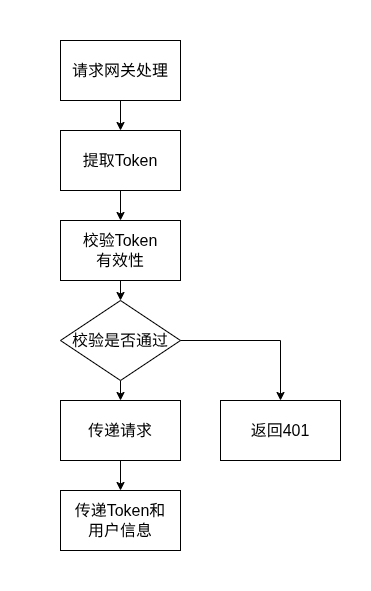
hongch666/mix-web-demo keeps this draw.io diagram as static/pic/flowchart/gateway.drawio.png. Above is the earlier version. Source tidied: cells renumbered, new cells last; positions are measured from the earlier drawing's top-left corner, leaving out a move shared by most shapes. Its diagram source:
```xml
<mxGraphModel background="#ffffff">
  <root>
    <mxCell id="0" />
    <mxCell id="1" parent="0" />
    <mxCell id="2" style="edgeStyle=none;html=1;exitX=0.5;exitY=1;exitDx=0;exitDy=0;entryX=0.5;entryY=0;entryDx=0;entryDy=0;fontSize=16;" parent="1" edge="1" source="3" target="5">
      <mxGeometry relative="1" as="geometry" />
    </mxCell>
    <mxCell id="3" value="请求网关处理" style="rounded=0;whiteSpace=wrap;html=1;fontSize=16;" parent="1" vertex="1">
      <mxGeometry x="60" y="40" width="120" height="60" as="geometry" />
    </mxCell>
    <mxCell id="4" style="edgeStyle=none;html=1;exitX=0.5;exitY=1;exitDx=0;exitDy=0;entryX=0.5;entryY=0;entryDx=0;entryDy=0;fontSize=16;" parent="1" edge="1" source="5" target="7">
      <mxGeometry relative="1" as="geometry" />
    </mxCell>
    <mxCell id="5" value="提取Token" style="rounded=0;whiteSpace=wrap;html=1;fontSize=16;" parent="1" vertex="1">
      <mxGeometry x="60" y="130" width="120" height="60" as="geometry" />
    </mxCell>
    <mxCell id="6" style="edgeStyle=none;html=1;exitX=0.5;exitY=1;exitDx=0;exitDy=0;entryX=0.5;entryY=0;entryDx=0;entryDy=0;fontSize=16;" parent="1" edge="1" source="7" target="9">
      <mxGeometry relative="1" as="geometry" />
    </mxCell>
    <mxCell id="7" value="校验Token&lt;br&gt;有效性" style="rounded=0;whiteSpace=wrap;html=1;fontSize=16;" parent="1" vertex="1">
      <mxGeometry x="60" y="220" width="120" height="60" as="geometry" />
    </mxCell>
    <mxCell id="8" style="edgeStyle=none;html=1;exitX=0.5;exitY=1;exitDx=0;exitDy=0;entryX=0.5;entryY=0;entryDx=0;entryDy=0;fontSize=16;" parent="1" edge="1" source="9" target="11">
      <mxGeometry relative="1" as="geometry" />
    </mxCell>
    <mxCell id="9" value="校验是否通过" style="rhombus;whiteSpace=wrap;html=1;fontSize=16;" parent="1" vertex="1">
      <mxGeometry x="60" y="300" width="120" height="80" as="geometry" />
    </mxCell>
    <mxCell id="10" style="edgeStyle=none;html=1;exitX=0.5;exitY=1;exitDx=0;exitDy=0;entryX=0.5;entryY=0;entryDx=0;entryDy=0;fontSize=16;" parent="1" edge="1" source="11" target="12">
      <mxGeometry relative="1" as="geometry" />
    </mxCell>
    <mxCell id="11" value="传递请求" style="rounded=0;whiteSpace=wrap;html=1;fontSize=16;" parent="1" vertex="1">
      <mxGeometry x="60" y="400" width="120" height="60" as="geometry" />
    </mxCell>
    <mxCell id="12" value="传递Token和&lt;br&gt;用户信息" style="rounded=0;whiteSpace=wrap;html=1;fontSize=16;" parent="1" vertex="1">
      <mxGeometry x="60" y="490" width="120" height="60" as="geometry" />
    </mxCell>
    <mxCell id="13" value="返回401" style="rounded=0;whiteSpace=wrap;html=1;fontSize=16;" parent="1" vertex="1">
      <mxGeometry x="220" y="400" width="120" height="60" as="geometry" />
    </mxCell>
    <mxCell id="14" style="endArrow=none;html=1;fontSize=16;" parent="1" edge="1">
      <mxGeometry relative="1" as="geometry">
        <mxPoint x="180" y="340" as="sourcePoint" />
        <mxPoint x="280" y="340" as="targetPoint" />
      </mxGeometry>
    </mxCell>
    <mxCell id="15" style="endArrow=classic;html=1;fontSize=16;entryX=0.5;entryY=0;entryDx=0;entryDy=0;" parent="1" edge="1" target="13">
      <mxGeometry relative="1" as="geometry">
        <mxPoint x="280" y="340" as="sourcePoint" />
      </mxGeometry>
    </mxCell>
    <mxCell id="16" style="rounded=0;whiteSpace=wrap;html=1;textOpacity=0;labelBorderColor=light-dark(#000000,#FFFFFF);fontColor=none;noLabel=1;strokeColor=none;" parent="1" vertex="1">
      <mxGeometry x="115" width="10" height="30" as="geometry" />
    </mxCell>
    <mxCell id="17" style="rounded=0;whiteSpace=wrap;html=1;textOpacity=0;labelBorderColor=light-dark(#000000,#FFFFFF);fontColor=none;noLabel=1;strokeColor=none;" parent="1" vertex="1">
      <mxGeometry x="360" y="415" width="10" height="30" as="geometry" />
    </mxCell>
    <mxCell id="18" style="rounded=0;whiteSpace=wrap;html=1;textOpacity=0;labelBorderColor=light-dark(#000000,#FFFFFF);fontColor=none;noLabel=1;strokeColor=none;" parent="1" vertex="1">
      <mxGeometry y="340" width="10" height="30" as="geometry" />
    </mxCell>
    <mxCell id="19" style="rounded=0;whiteSpace=wrap;html=1;textOpacity=0;labelBorderColor=light-dark(#000000,#FFFFFF);fontColor=none;noLabel=1;strokeColor=none;" parent="1" vertex="1">
      <mxGeometry x="115" y="560" width="10" height="30" as="geometry" />
    </mxCell>
  </root>
</mxGraphModel>
```
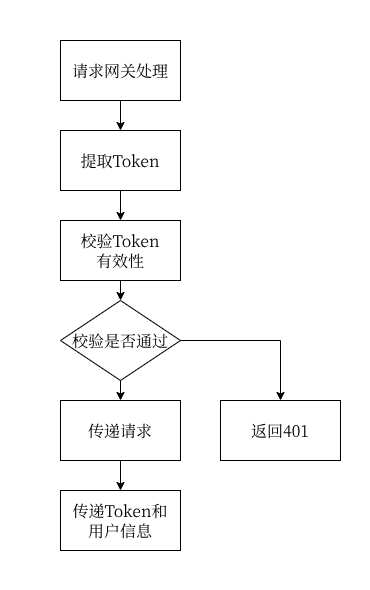
Later version of the same file.

What changed in the source:
```diff
@@ -2,63 +2,63 @@
   <root>
     <mxCell id="0" />
     <mxCell id="1" parent="0" />
-    <mxCell id="2" style="edgeStyle=none;html=1;exitX=0.5;exitY=1;exitDx=0;exitDy=0;entryX=0.5;entryY=0;entryDx=0;entryDy=0;fontSize=16;" parent="1" edge="1" source="3" target="5">
+    <mxCell id="2" style="edgeStyle=none;html=1;exitX=0.5;exitY=1;exitDx=0;exitDy=0;entryX=0.5;entryY=0;entryDx=0;entryDy=0;fontSize=16;fontFamily=宋体;" parent="1" edge="1" source="3" target="5">
       <mxGeometry relative="1" as="geometry" />
     </mxCell>
-    <mxCell id="3" value="请求网关处理" style="rounded=0;whiteSpace=wrap;html=1;fontSize=16;" parent="1" vertex="1">
+    <mxCell id="3" value="请求网关处理" style="rounded=0;whiteSpace=wrap;html=1;fontSize=16;fontFamily=宋体;" parent="1" vertex="1">
       <mxGeometry x="60" y="40" width="120" height="60" as="geometry" />
     </mxCell>
-    <mxCell id="4" style="edgeStyle=none;html=1;exitX=0.5;exitY=1;exitDx=0;exitDy=0;entryX=0.5;entryY=0;entryDx=0;entryDy=0;fontSize=16;" parent="1" edge="1" source="5" target="7">
+    <mxCell id="4" style="edgeStyle=none;html=1;exitX=0.5;exitY=1;exitDx=0;exitDy=0;entryX=0.5;entryY=0;entryDx=0;entryDy=0;fontSize=16;fontFamily=宋体;" parent="1" edge="1" source="5" target="7">
       <mxGeometry relative="1" as="geometry" />
     </mxCell>
-    <mxCell id="5" value="提取Token" style="rounded=0;whiteSpace=wrap;html=1;fontSize=16;" parent="1" vertex="1">
+    <mxCell id="5" value="提取Token" style="rounded=0;whiteSpace=wrap;html=1;fontSize=16;fontFamily=宋体;" parent="1" vertex="1">
       <mxGeometry x="60" y="130" width="120" height="60" as="geometry" />
     </mxCell>
-    <mxCell id="6" style="edgeStyle=none;html=1;exitX=0.5;exitY=1;exitDx=0;exitDy=0;entryX=0.5;entryY=0;entryDx=0;entryDy=0;fontSize=16;" parent="1" edge="1" source="7" target="9">
+    <mxCell id="6" style="edgeStyle=none;html=1;exitX=0.5;exitY=1;exitDx=0;exitDy=0;entryX=0.5;entryY=0;entryDx=0;entryDy=0;fontSize=16;fontFamily=宋体;" parent="1" edge="1" source="7" target="9">
       <mxGeometry relative="1" as="geometry" />
     </mxCell>
-    <mxCell id="7" value="校验Token&lt;br&gt;有效性" style="rounded=0;whiteSpace=wrap;html=1;fontSize=16;" parent="1" vertex="1">
+    <mxCell id="7" value="校验Token&lt;br&gt;有效性" style="rounded=0;whiteSpace=wrap;html=1;fontSize=16;fontFamily=宋体;" parent="1" vertex="1">
       <mxGeometry x="60" y="220" width="120" height="60" as="geometry" />
     </mxCell>
-    <mxCell id="8" style="edgeStyle=none;html=1;exitX=0.5;exitY=1;exitDx=0;exitDy=0;entryX=0.5;entryY=0;entryDx=0;entryDy=0;fontSize=16;" parent="1" edge="1" source="9" target="11">
+    <mxCell id="8" style="edgeStyle=none;html=1;exitX=0.5;exitY=1;exitDx=0;exitDy=0;entryX=0.5;entryY=0;entryDx=0;entryDy=0;fontSize=16;fontFamily=宋体;" parent="1" edge="1" source="9" target="11">
       <mxGeometry relative="1" as="geometry" />
     </mxCell>
-    <mxCell id="9" value="校验是否通过" style="rhombus;whiteSpace=wrap;html=1;fontSize=16;" parent="1" vertex="1">
+    <mxCell id="9" value="校验是否通过" style="rhombus;whiteSpace=wrap;html=1;fontSize=16;fontFamily=宋体;" parent="1" vertex="1">
       <mxGeometry x="60" y="300" width="120" height="80" as="geometry" />
     </mxCell>
-    <mxCell id="10" style="edgeStyle=none;html=1;exitX=0.5;exitY=1;exitDx=0;exitDy=0;entryX=0.5;entryY=0;entryDx=0;entryDy=0;fontSize=16;" parent="1" edge="1" source="11" target="12">
+    <mxCell id="10" style="edgeStyle=none;html=1;exitX=0.5;exitY=1;exitDx=0;exitDy=0;entryX=0.5;entryY=0;entryDx=0;entryDy=0;fontSize=16;fontFamily=宋体;" parent="1" edge="1" source="11" target="12">
       <mxGeometry relative="1" as="geometry" />
     </mxCell>
-    <mxCell id="11" value="传递请求" style="rounded=0;whiteSpace=wrap;html=1;fontSize=16;" parent="1" vertex="1">
+    <mxCell id="11" value="传递请求" style="rounded=0;whiteSpace=wrap;html=1;fontSize=16;fontFamily=宋体;" parent="1" vertex="1">
       <mxGeometry x="60" y="400" width="120" height="60" as="geometry" />
     </mxCell>
-    <mxCell id="12" value="传递Token和&lt;br&gt;用户信息" style="rounded=0;whiteSpace=wrap;html=1;fontSize=16;" parent="1" vertex="1">
+    <mxCell id="12" value="传递Token和&lt;br&gt;用户信息" style="rounded=0;whiteSpace=wrap;html=1;fontSize=16;fontFamily=宋体;" parent="1" vertex="1">
       <mxGeometry x="60" y="490" width="120" height="60" as="geometry" />
     </mxCell>
-    <mxCell id="13" value="返回401" style="rounded=0;whiteSpace=wrap;html=1;fontSize=16;" parent="1" vertex="1">
+    <mxCell id="13" value="返回401" style="rounded=0;whiteSpace=wrap;html=1;fontSize=16;fontFamily=宋体;" parent="1" vertex="1">
       <mxGeometry x="220" y="400" width="120" height="60" as="geometry" />
     </mxCell>
-    <mxCell id="14" style="endArrow=none;html=1;fontSize=16;" parent="1" edge="1">
+    <mxCell id="14" style="endArrow=none;html=1;fontSize=16;fontFamily=宋体;" parent="1" edge="1">
       <mxGeometry relative="1" as="geometry">
         <mxPoint x="180" y="340" as="sourcePoint" />
         <mxPoint x="280" y="340" as="targetPoint" />
       </mxGeometry>
     </mxCell>
-    <mxCell id="15" style="endArrow=classic;html=1;fontSize=16;entryX=0.5;entryY=0;entryDx=0;entryDy=0;" parent="1" edge="1" target="13">
+    <mxCell id="15" style="endArrow=classic;html=1;fontSize=16;entryX=0.5;entryY=0;entryDx=0;entryDy=0;fontFamily=宋体;" parent="1" edge="1" target="13">
       <mxGeometry relative="1" as="geometry">
         <mxPoint x="280" y="340" as="sourcePoint" />
       </mxGeometry>
     </mxCell>
-    <mxCell id="16" style="rounded=0;whiteSpace=wrap;html=1;textOpacity=0;labelBorderColor=light-dark(#000000,#FFFFFF);fontColor=none;noLabel=1;strokeColor=none;" parent="1" vertex="1">
+    <mxCell id="16" style="rounded=0;whiteSpace=wrap;html=1;textOpacity=0;labelBorderColor=light-dark(#000000,#FFFFFF);fontColor=none;noLabel=1;strokeColor=none;fontFamily=宋体;" parent="1" vertex="1">
       <mxGeometry x="115" width="10" height="30" as="geometry" />
     </mxCell>
-    <mxCell id="17" style="rounded=0;whiteSpace=wrap;html=1;textOpacity=0;labelBorderColor=light-dark(#000000,#FFFFFF);fontColor=none;noLabel=1;strokeColor=none;" parent="1" vertex="1">
+    <mxCell id="17" style="rounded=0;whiteSpace=wrap;html=1;textOpacity=0;labelBorderColor=light-dark(#000000,#FFFFFF);fontColor=none;noLabel=1;strokeColor=none;fontFamily=宋体;" parent="1" vertex="1">
       <mxGeometry x="360" y="415" width="10" height="30" as="geometry" />
     </mxCell>
-    <mxCell id="18" style="rounded=0;whiteSpace=wrap;html=1;textOpacity=0;labelBorderColor=light-dark(#000000,#FFFFFF);fontColor=none;noLabel=1;strokeColor=none;" parent="1" vertex="1">
+    <mxCell id="18" style="rounded=0;whiteSpace=wrap;html=1;textOpacity=0;labelBorderColor=light-dark(#000000,#FFFFFF);fontColor=none;noLabel=1;strokeColor=none;fontFamily=宋体;" parent="1" vertex="1">
       <mxGeometry y="340" width="10" height="30" as="geometry" />
     </mxCell>
-    <mxCell id="19" style="rounded=0;whiteSpace=wrap;html=1;textOpacity=0;labelBorderColor=light-dark(#000000,#FFFFFF);fontColor=none;noLabel=1;strokeColor=none;" parent="1" vertex="1">
+    <mxCell id="19" style="rounded=0;whiteSpace=wrap;html=1;textOpacity=0;labelBorderColor=light-dark(#000000,#FFFFFF);fontColor=none;noLabel=1;strokeColor=none;fontFamily=宋体;" parent="1" vertex="1">
       <mxGeometry x="115" y="560" width="10" height="30" as="geometry" />
     </mxCell>
   </root>
```
